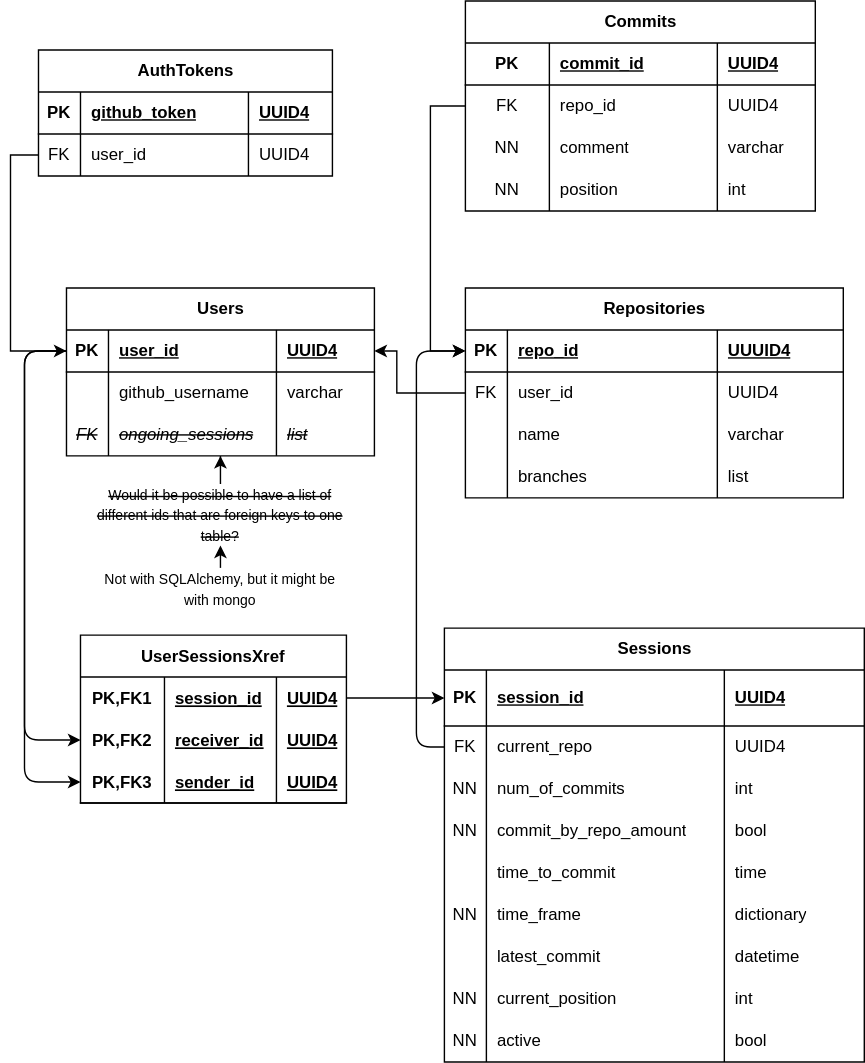
The draw.io diagram git-nabber.drawio.svg in Jamesh431/Cyclone, before a commit. Source tidied: cells renumbered, new cells last; positions are measured from the earlier drawing's top-left corner, leaving out a move shared by most shapes.
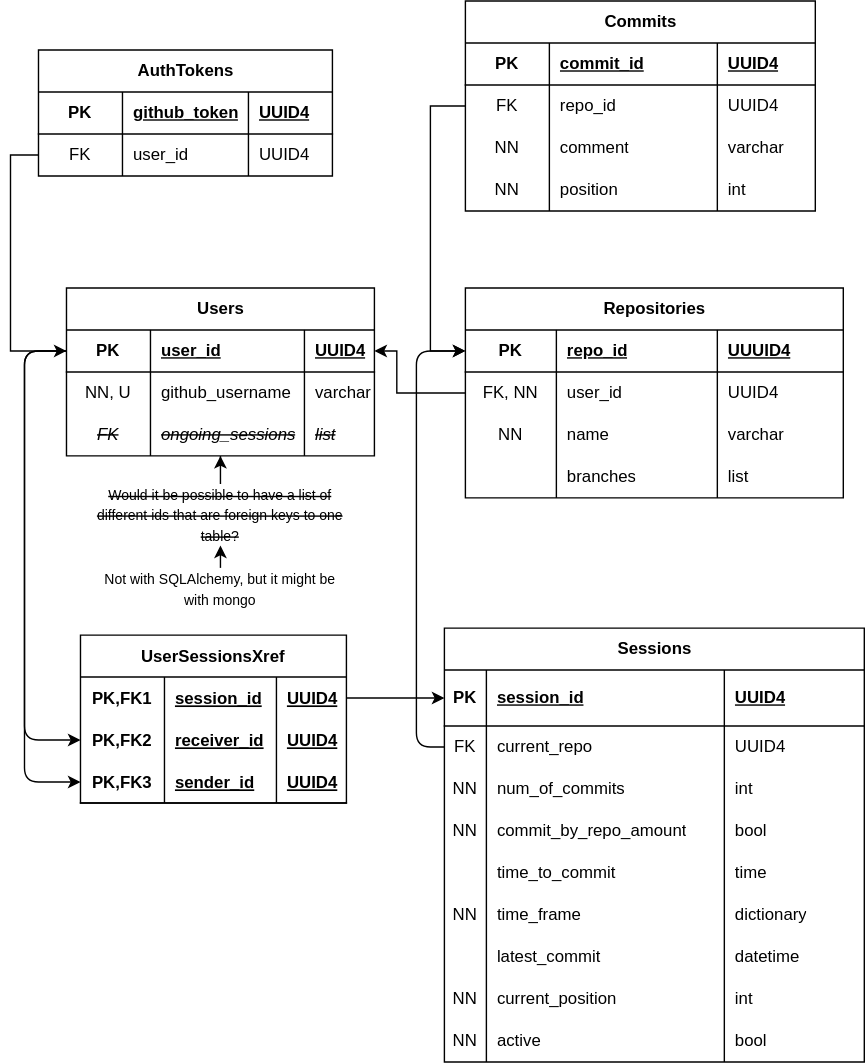
After the change.

Change to the diagram source:
```diff
@@ -9,10 +9,10 @@
       <mxGeometry y="30" width="210" height="30" as="geometry" />
     </mxCell>
     <mxCell id="4" value="PK" style="shape=partialRectangle;fillColor=none;top=0;left=0;bottom=0;right=0;fontStyle=1;overflow=hidden;whiteSpace=wrap;html=1;" parent="3" vertex="1">
-      <mxGeometry width="30" height="30" as="geometry" />
+      <mxGeometry width="60" height="30" as="geometry" />
     </mxCell>
     <mxCell id="5" value="github_token" style="shape=partialRectangle;fillColor=none;top=0;left=0;bottom=0;right=0;align=left;spacingLeft=6;fontStyle=5;overflow=hidden;whiteSpace=wrap;html=1;" parent="3" vertex="1">
-      <mxGeometry x="30" width="120" height="30" as="geometry" />
+      <mxGeometry x="60" width="90" height="30" as="geometry" />
     </mxCell>
     <mxCell id="6" value="UUID4" style="shape=partialRectangle;fillColor=none;top=0;left=0;bottom=0;right=0;align=left;spacingLeft=6;fontStyle=5;overflow=hidden;whiteSpace=wrap;html=1;" parent="3" vertex="1">
       <mxGeometry x="150" width="60" height="30" as="geometry" />
@@ -21,10 +21,10 @@
       <mxGeometry y="60" width="210" height="30" as="geometry" />
     </mxCell>
     <mxCell id="8" value="FK" style="shape=partialRectangle;fillColor=none;top=0;left=0;bottom=0;right=0;overflow=hidden;whiteSpace=wrap;html=1;" parent="7" vertex="1">
-      <mxGeometry width="30" height="30" as="geometry" />
+      <mxGeometry width="60" height="30" as="geometry" />
     </mxCell>
     <mxCell id="9" value="user_id" style="shape=partialRectangle;fillColor=none;top=0;left=0;bottom=0;right=0;align=left;spacingLeft=6;overflow=hidden;whiteSpace=wrap;html=1;" parent="7" vertex="1">
-      <mxGeometry x="30" width="120" height="30" as="geometry" />
+      <mxGeometry x="60" width="90" height="30" as="geometry" />
     </mxCell>
     <mxCell id="10" value="UUID4" style="shape=partialRectangle;fillColor=none;top=0;left=0;bottom=0;right=0;align=left;spacingLeft=6;overflow=hidden;whiteSpace=wrap;html=1;" parent="7" vertex="1">
       <mxGeometry x="150" width="60" height="30" as="geometry" />
@@ -36,37 +36,37 @@
       <mxGeometry y="30" width="220" height="30" as="geometry" />
     </mxCell>
     <mxCell id="13" value="PK" style="shape=partialRectangle;fillColor=none;top=0;left=0;bottom=0;right=0;fontStyle=1;overflow=hidden;whiteSpace=wrap;html=1;" parent="12" vertex="1">
-      <mxGeometry width="30" height="30" as="geometry" />
+      <mxGeometry width="60" height="30" as="geometry" />
     </mxCell>
     <mxCell id="14" value="user_id" style="shape=partialRectangle;fillColor=none;top=0;left=0;bottom=0;right=0;align=left;spacingLeft=6;fontStyle=5;overflow=hidden;whiteSpace=wrap;html=1;" parent="12" vertex="1">
-      <mxGeometry x="30" width="120" height="30" as="geometry" />
+      <mxGeometry x="60" width="110" height="30" as="geometry" />
     </mxCell>
     <mxCell id="15" value="UUID4" style="shape=partialRectangle;fillColor=none;top=0;left=0;bottom=0;right=0;align=left;spacingLeft=6;fontStyle=5;overflow=hidden;whiteSpace=wrap;html=1;" parent="12" vertex="1">
-      <mxGeometry x="150" width="70" height="30" as="geometry" />
+      <mxGeometry x="170" width="50" height="30" as="geometry" />
     </mxCell>
     <mxCell id="16" style="shape=tableRow;horizontal=0;startSize=0;swimlaneHead=0;swimlaneBody=0;fillColor=none;top=0;left=0;right=0;bottom=0;" parent="11" vertex="1">
       <mxGeometry y="60" width="220" height="30" as="geometry" />
     </mxCell>
-    <mxCell id="17" style="shape=partialRectangle;fillColor=none;top=0;left=0;bottom=0;right=0;overflow=hidden;whiteSpace=wrap;html=1;" parent="16" vertex="1">
-      <mxGeometry width="30" height="30" as="geometry" />
+    <mxCell id="17" value="NN, U" style="shape=partialRectangle;fillColor=none;top=0;left=0;bottom=0;right=0;overflow=hidden;whiteSpace=wrap;html=1;" parent="16" vertex="1">
+      <mxGeometry width="60" height="30" as="geometry" />
     </mxCell>
     <mxCell id="18" value="github_username" style="shape=partialRectangle;fillColor=none;top=0;left=0;bottom=0;right=0;align=left;spacingLeft=6;overflow=hidden;whiteSpace=wrap;html=1;" parent="16" vertex="1">
-      <mxGeometry x="30" width="120" height="30" as="geometry" />
+      <mxGeometry x="60" width="110" height="30" as="geometry" />
     </mxCell>
     <mxCell id="19" value="varchar" style="shape=partialRectangle;fillColor=none;top=0;left=0;bottom=0;right=0;align=left;spacingLeft=6;overflow=hidden;whiteSpace=wrap;html=1;" parent="16" vertex="1">
-      <mxGeometry x="150" width="70" height="30" as="geometry" />
+      <mxGeometry x="170" width="50" height="30" as="geometry" />
     </mxCell>
     <mxCell id="20" style="shape=tableRow;horizontal=0;startSize=0;swimlaneHead=0;swimlaneBody=0;fillColor=none;points=[[0,0.5],[1,0.5]];portConstraint=eastwest;top=0;left=0;right=0;bottom=0;" parent="11" vertex="1">
       <mxGeometry y="90" width="220" height="30" as="geometry" />
     </mxCell>
     <mxCell id="21" value="&lt;i&gt;&lt;strike&gt;FK&lt;/strike&gt;&lt;/i&gt;" style="shape=partialRectangle;fillColor=none;top=0;left=0;bottom=0;right=0;overflow=hidden;whiteSpace=wrap;html=1;" parent="20" vertex="1">
-      <mxGeometry width="30" height="30" as="geometry" />
+      <mxGeometry width="60" height="30" as="geometry" />
     </mxCell>
     <mxCell id="22" value="&lt;i&gt;&lt;strike&gt;ongoing_sessions&lt;/strike&gt;&lt;/i&gt;" style="shape=partialRectangle;fillColor=none;top=0;left=0;bottom=0;right=0;align=left;spacingLeft=6;overflow=hidden;whiteSpace=wrap;html=1;" parent="20" vertex="1">
-      <mxGeometry x="30" width="120" height="30" as="geometry" />
+      <mxGeometry x="60" width="110" height="30" as="geometry" />
     </mxCell>
     <mxCell id="23" value="&lt;i&gt;&lt;strike&gt;list&lt;/strike&gt;&lt;/i&gt;" style="shape=partialRectangle;fillColor=none;top=0;left=0;bottom=0;right=0;align=left;spacingLeft=6;overflow=hidden;whiteSpace=wrap;html=1;" parent="20" vertex="1">
-      <mxGeometry x="150" width="70" height="30" as="geometry" />
+      <mxGeometry x="170" width="50" height="30" as="geometry" />
     </mxCell>
     <mxCell id="24" style="edgeStyle=orthogonalEdgeStyle;rounded=0;jettySize=auto;html=1;exitX=0;exitY=0.5;exitDx=0;exitDy=0;entryX=0;entryY=0.5;entryDx=0;entryDy=0;" parent="1" edge="1" source="7" target="12">
       <mxGeometry relative="1" as="geometry" />
@@ -78,10 +78,10 @@
       <mxGeometry y="30" width="270" height="30" as="geometry" />
     </mxCell>
     <mxCell id="27" value="PK" style="shape=partialRectangle;fillColor=none;top=0;left=0;bottom=0;right=0;fontStyle=1;overflow=hidden;whiteSpace=wrap;html=1;" parent="26" vertex="1">
-      <mxGeometry width="30" height="30" as="geometry" />
+      <mxGeometry width="65" height="30" as="geometry" />
     </mxCell>
     <mxCell id="28" value="repo_id" style="shape=partialRectangle;fillColor=none;top=0;left=0;bottom=0;right=0;align=left;spacingLeft=6;fontStyle=5;overflow=hidden;whiteSpace=wrap;html=1;" parent="26" vertex="1">
-      <mxGeometry x="30" width="150" height="30" as="geometry" />
+      <mxGeometry x="65" width="115" height="30" as="geometry" />
     </mxCell>
     <mxCell id="29" value="UUUID4" style="shape=partialRectangle;fillColor=none;top=0;left=0;bottom=0;right=0;align=left;spacingLeft=6;fontStyle=5;overflow=hidden;whiteSpace=wrap;html=1;" parent="26" vertex="1">
       <mxGeometry x="180" width="90" height="30" as="geometry" />
@@ -89,11 +89,11 @@
     <mxCell id="30" style="shape=tableRow;horizontal=0;startSize=0;swimlaneHead=0;swimlaneBody=0;fillColor=none;points=[[0,0.5],[1,0.5]];portConstraint=eastwest;top=0;left=0;right=0;bottom=0;" parent="25" vertex="1">
       <mxGeometry y="60" width="270" height="30" as="geometry" />
     </mxCell>
-    <mxCell id="31" value="FK" style="shape=partialRectangle;fillColor=none;top=0;left=0;bottom=0;right=0;overflow=hidden;whiteSpace=wrap;html=1;" parent="30" vertex="1">
-      <mxGeometry width="30" height="30" as="geometry" />
+    <mxCell id="31" value="FK, NN" style="shape=partialRectangle;fillColor=none;top=0;left=0;bottom=0;right=0;overflow=hidden;whiteSpace=wrap;html=1;" parent="30" vertex="1">
+      <mxGeometry width="65" height="30" as="geometry" />
     </mxCell>
     <mxCell id="32" value="user_id" style="shape=partialRectangle;fillColor=none;top=0;left=0;bottom=0;right=0;align=left;spacingLeft=6;overflow=hidden;whiteSpace=wrap;html=1;" parent="30" vertex="1">
-      <mxGeometry x="30" width="150" height="30" as="geometry" />
+      <mxGeometry x="65" width="115" height="30" as="geometry" />
     </mxCell>
     <mxCell id="33" value="UUID4" style="shape=partialRectangle;fillColor=none;top=0;left=0;bottom=0;right=0;align=left;spacingLeft=6;overflow=hidden;whiteSpace=wrap;html=1;" parent="30" vertex="1">
       <mxGeometry x="180" width="90" height="30" as="geometry" />
@@ -101,11 +101,11 @@
     <mxCell id="34" style="shape=tableRow;horizontal=0;startSize=0;swimlaneHead=0;swimlaneBody=0;fillColor=none;top=0;left=0;right=0;bottom=0;" parent="25" vertex="1">
       <mxGeometry y="90" width="270" height="30" as="geometry" />
     </mxCell>
-    <mxCell id="35" style="shape=partialRectangle;fillColor=none;top=0;left=0;bottom=0;right=0;overflow=hidden;whiteSpace=wrap;html=1;" parent="34" vertex="1">
-      <mxGeometry width="30" height="30" as="geometry" />
+    <mxCell id="35" value="NN" style="shape=partialRectangle;fillColor=none;top=0;left=0;bottom=0;right=0;overflow=hidden;whiteSpace=wrap;html=1;" parent="34" vertex="1">
+      <mxGeometry width="65" height="30" as="geometry" />
     </mxCell>
     <mxCell id="36" value="name" style="shape=partialRectangle;fillColor=none;top=0;left=0;bottom=0;right=0;align=left;spacingLeft=6;overflow=hidden;whiteSpace=wrap;html=1;" parent="34" vertex="1">
-      <mxGeometry x="30" width="150" height="30" as="geometry" />
+      <mxGeometry x="65" width="115" height="30" as="geometry" />
     </mxCell>
     <mxCell id="37" value="varchar" style="shape=partialRectangle;fillColor=none;top=0;left=0;bottom=0;right=0;align=left;spacingLeft=6;overflow=hidden;whiteSpace=wrap;html=1;" parent="34" vertex="1">
       <mxGeometry x="180" width="90" height="30" as="geometry" />
@@ -114,10 +114,10 @@
       <mxGeometry y="120" width="270" height="30" as="geometry" />
     </mxCell>
     <mxCell id="39" style="shape=partialRectangle;fillColor=none;top=0;left=0;bottom=0;right=0;overflow=hidden;whiteSpace=wrap;html=1;" parent="38" vertex="1">
-      <mxGeometry width="30" height="30" as="geometry" />
+      <mxGeometry width="65" height="30" as="geometry" />
     </mxCell>
     <mxCell id="40" value="branches" style="shape=partialRectangle;fillColor=none;top=0;left=0;bottom=0;right=0;align=left;spacingLeft=6;overflow=hidden;whiteSpace=wrap;html=1;" parent="38" vertex="1">
-      <mxGeometry x="30" width="150" height="30" as="geometry" />
+      <mxGeometry x="65" width="115" height="30" as="geometry" />
     </mxCell>
     <mxCell id="41" value="list" style="shape=partialRectangle;fillColor=none;top=0;left=0;bottom=0;right=0;align=left;spacingLeft=6;overflow=hidden;whiteSpace=wrap;html=1;" parent="38" vertex="1">
       <mxGeometry x="180" width="90" height="30" as="geometry" />
```
